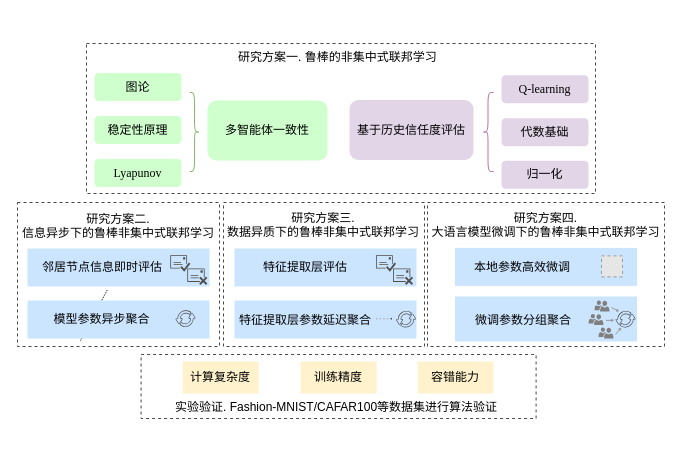
Above: messy/研究方案.drawio in Lumos598/drawio (draw.io), before the change. Source tidied: cells renumbered, new cells numbered last; positions are measured from the earlier drawing's top-left corner, leaving out a move shared by most shapes. Both pictures are drawn from the tidied source at 100%, with x=0, y=0 at pixel (17, 43). Pictures stored in the file or linked from it are replaced by grey dashed boxes.
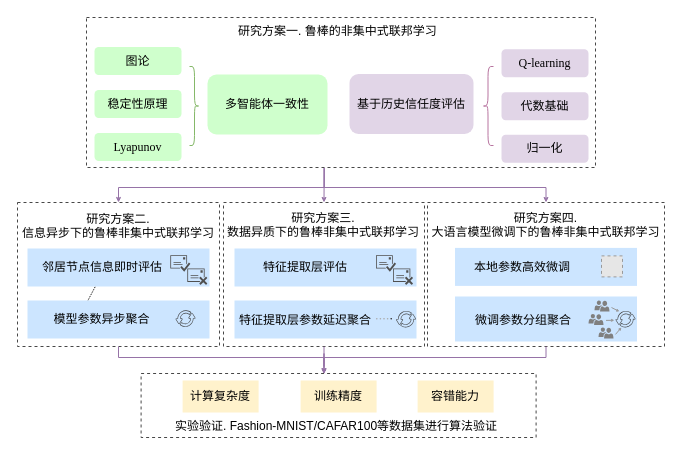
The same page after the edit.

Unchanged cells that the change refers to:
```xml
<mxCell id="2" style="rounded=0;whiteSpace=wrap;html=1;dashed=1;strokeColor=light-dark(#474747,#FFFFFF);" parent="1" vertex="1">
  <mxGeometry x="410" y="159" width="237" height="144" as="geometry" />
</mxCell>
<mxCell id="3" style="rounded=0;whiteSpace=wrap;html=1;dashed=1;strokeColor=light-dark(#474747,#FFFFFF);" parent="1" vertex="1">
  <mxGeometry x="206" y="159" width="201" height="144" as="geometry" />
</mxCell>
<mxCell id="5" style="rounded=0;whiteSpace=wrap;html=1;dashed=1;strokeColor=light-dark(#474747,#FFFFFF);" parent="1" vertex="1">
  <mxGeometry y="159" width="202" height="144" as="geometry" />
</mxCell>
```

Change to the diagram source:
```diff
@@
     <mxCell id="4" style="rounded=0;whiteSpace=wrap;html=1;dashed=1;strokeColor=light-dark(#474747,#FFFFFF);" parent="1" vertex="1">
-      <mxGeometry x="123.6" y="311" width="395" height="64" as="geometry" />
+      <mxGeometry x="123.6" y="330" width="395" height="64" as="geometry" />
     </mxCell>
@@
+    <mxCell id="53" style="rounded=0;jettySize=auto;html=1;entryX=0.5;entryY=0;entryDx=0;entryDy=0;exitX=0.467;exitY=1.003;exitDx=0;exitDy=0;fillColor=#A680B8;strokeColor=#9673A7;endSize=3;edgeStyle=orthogonalEdgeStyle;exitPerimeter=0;" parent="1" edge="1" source="6" target="5">
+      <mxGeometry relative="1" as="geometry" />
+    </mxCell>
+    <mxCell id="54" style="rounded=0;jettySize=auto;html=1;exitX=0.467;exitY=1.005;exitDx=0;exitDy=0;entryX=0.5;entryY=0;entryDx=0;entryDy=0;fillColor=#A680B8;strokeColor=#9673A7;endSize=3;edgeStyle=orthogonalEdgeStyle;exitPerimeter=0;" parent="1" edge="1" source="6" target="2">
+      <mxGeometry relative="1" as="geometry" />
+    </mxCell>
+    <mxCell id="55" style="edgeStyle=orthogonalEdgeStyle;rounded=0;jettySize=auto;html=1;entryX=0.5;entryY=0;entryDx=0;entryDy=0;strokeColor=#9673A7;exitX=0.467;exitY=1.002;exitDx=0;exitDy=0;exitPerimeter=0;targetPerimeterSpacing=0;endSize=3;" parent="1" edge="1" source="6" target="3">
+      <mxGeometry relative="1" as="geometry">
+        <Array as="points">
+          <mxPoint x="306" y="124" />
+        </Array>
+      </mxGeometry>
+    </mxCell>
     <mxCell id="6" style="rounded=0;whiteSpace=wrap;html=1;dashed=1;strokeColor=light-dark(#474747,#FFFFFF);" parent="1" vertex="1">
-      <mxGeometry x="69" width="509" height="150" as="geometry" />
+      <mxGeometry x="69" y="-26" width="509" height="150" as="geometry" />
     </mxCell>
     <mxCell id="7" value="多智能体一致性" style="rounded=1;whiteSpace=wrap;html=1;fillColor=light-dark(#CFFFCC,var(--ge-dark-color, #121212));strokeColor=none;" parent="1" vertex="1">
-      <mxGeometry x="190" y="57" width="120" height="60" as="geometry" />
+      <mxGeometry x="190" y="31" width="120" height="60" as="geometry" />
     </mxCell>
     <mxCell id="8" value="图论" style="rounded=1;whiteSpace=wrap;html=1;fillColor=light-dark(#CFFFCC,var(--ge-dark-color, #121212));strokeColor=none;fontFamily=Times New Roman;" parent="1" vertex="1">
-      <mxGeometry x="77" y="29.5" width="87" height="28" as="geometry" />
+      <mxGeometry x="77" y="3.5" width="87" height="28" as="geometry" />
     </mxCell>
     <mxCell id="9" value="稳定性原理" style="rounded=1;whiteSpace=wrap;html=1;fillColor=light-dark(#CFFFCC,var(--ge-dark-color, #121212));strokeColor=none;fontFamily=Times New Roman;" parent="1" vertex="1">
-      <mxGeometry x="77" y="72.5" width="87" height="28" as="geometry" />
+      <mxGeometry x="77" y="46.5" width="87" height="28" as="geometry" />
     </mxCell>
     <mxCell id="10" value="&lt;font face=&quot;Times New Roman&quot;&gt;Lyapunov&lt;/font&gt;" style="rounded=1;whiteSpace=wrap;html=1;fillColor=light-dark(#CFFFCC,var(--ge-dark-color, #121212));strokeColor=none;" parent="1" vertex="1">
-      <mxGeometry x="77" y="115.5" width="87" height="28" as="geometry" />
+      <mxGeometry x="77" y="89.5" width="87" height="28" as="geometry" />
     </mxCell>
     <mxCell id="11" style="shape=curlyBracket;whiteSpace=wrap;html=1;rounded=1;flipH=1;labelPosition=right;verticalLabelPosition=middle;align=left;verticalAlign=middle;strokeColor=light-dark(#85B869,#FFFFFF);fontStyle=0;" parent="1" vertex="1">
-      <mxGeometry x="172" y="49" width="10" height="79" as="geometry" />
+      <mxGeometry x="172" y="23" width="10" height="79" as="geometry" />
     </mxCell>
     <mxCell id="12" value="基于历史信任度评估" style="rounded=1;whiteSpace=wrap;html=1;fillColor=light-dark(#E1D5E7,var(--ge-dark-color, #121212));strokeColor=none;" parent="1" vertex="1">
-      <mxGeometry x="332" y="56.5" width="124" height="60" as="geometry" />
+      <mxGeometry x="332" y="30.5" width="124" height="60" as="geometry" />
     </mxCell>
     <mxCell id="13" style="shape=curlyBracket;whiteSpace=wrap;html=1;rounded=1;labelPosition=left;verticalLabelPosition=middle;align=right;verticalAlign=middle;strokeColor=light-dark(#B875A0,#FFFFFF);" parent="1" vertex="1">
-      <mxGeometry x="465" y="49" width="11" height="79" as="geometry" />
+      <mxGeometry x="465" y="23" width="11" height="79" as="geometry" />
     </mxCell>
     <mxCell id="14" value="Q-learning" style="rounded=1;whiteSpace=wrap;html=1;fillColor=#E1D5E7;strokeColor=none;fontFamily=Times New Roman;" parent="1" vertex="1">
-      <mxGeometry x="484" y="31.8" width="87" height="28" as="geometry" />
+      <mxGeometry x="484" y="5.8" width="87" height="28" as="geometry" />
     </mxCell>
     <mxCell id="15" value="&lt;font style=&quot;color: rgb(0, 0, 0);&quot;&gt;代数基础&lt;/font&gt;" style="rounded=1;whiteSpace=wrap;html=1;fillColor=#E1D5E7;strokeColor=none;fontFamily=Times New Roman;" parent="1" vertex="1">
-      <mxGeometry x="484" y="74.8" width="87" height="28" as="geometry" />
+      <mxGeometry x="484" y="48.8" width="87" height="28" as="geometry" />
     </mxCell>
     <mxCell id="16" value="归一化" style="rounded=1;whiteSpace=wrap;html=1;fillColor=#E1D5E7;strokeColor=none;fontFamily=Times New Roman;" parent="1" vertex="1">
-      <mxGeometry x="484" y="117.2" width="87" height="28" as="geometry" />
+      <mxGeometry x="484" y="91.2" width="87" height="28" as="geometry" />
     </mxCell>
     <mxCell id="17" value="研究方案一. 鲁棒的非集中式联邦学习" style="text;whiteSpace=wrap;" parent="1" vertex="1">
-      <mxGeometry x="219.3" width="203.5" height="25" as="geometry" />
+      <mxGeometry x="219.3" y="-26" width="203.5" height="25" as="geometry" />
     </mxCell>
     <mxCell id="18" style="endArrow=none;dashed=1;html=1;dashPattern=1 1;strokeWidth=1;rounded=0;entryX=0.5;entryY=1;entryDx=0;entryDy=0;exitX=0.5;exitY=0;exitDx=0;exitDy=0;endSize=1;startSize=1;jumpSize=1;" parent="1" edge="1">
       <mxGeometry relative="1" as="geometry">
-        <mxPoint x="63" y="297" as="sourcePoint" />
-        <mxPoint x="90" y="246" as="targetPoint" />
+        <mxPoint x="63" y="271" as="sourcePoint" />
+        <mxPoint x="90" y="220" as="targetPoint" />
       </mxGeometry>
     </mxCell>
@@
     <mxCell id="21" value="计算复杂度" style="rounded=0;whiteSpace=wrap;html=1;fillColor=#FFF2CC;strokeColor=none;" parent="1" vertex="1">
-      <mxGeometry x="165.1" y="318" width="76" height="32" as="geometry" />
+      <mxGeometry x="165.1" y="337" width="76" height="32" as="geometry" />
     </mxCell>
     <mxCell id="22" value="&lt;font style=&quot;color: rgb(0, 0, 0);&quot;&gt;容错能力&lt;/font&gt;" style="rounded=0;whiteSpace=wrap;html=1;fillColor=#FFF2CC;strokeColor=none;" parent="1" vertex="1">
-      <mxGeometry x="400.1" y="318" width="76" height="32" as="geometry" />
+      <mxGeometry x="400.1" y="337" width="76" height="32" as="geometry" />
     </mxCell>
     <mxCell id="23" value="训练精度" style="rounded=0;whiteSpace=wrap;html=1;fillColor=#FFF2CC;strokeColor=none;" parent="1" vertex="1">
-      <mxGeometry x="283.1" y="318" width="76" height="32" as="geometry" />
+      <mxGeometry x="283.1" y="337" width="76" height="32" as="geometry" />
     </mxCell>
     <mxCell id="24" value="实验验证. Fashion-MNIST/CAFAR100等数据集进行算法验证" style="text;whiteSpace=wrap;" parent="1" vertex="1">
-      <mxGeometry x="156.4" y="350" width="329.4" height="27" as="geometry" />
+      <mxGeometry x="156.4" y="369" width="329.4" height="27" as="geometry" />
     </mxCell>
@@
+    <mxCell id="56" style="edgeStyle=orthogonalEdgeStyle;rounded=0;jettySize=auto;html=1;entryX=0.463;entryY=0.004;entryDx=0;entryDy=0;entryPerimeter=0;strokeColor=#9673A7;endSize=3;" parent="1" edge="1" source="3" target="4">
+      <mxGeometry relative="1" as="geometry" />
+    </mxCell>
+    <mxCell id="57" style="edgeStyle=orthogonalEdgeStyle;rounded=0;jettySize=auto;html=1;entryX=0.463;entryY=0.004;entryDx=0;entryDy=0;entryPerimeter=0;strokeColor=#9673A7;endSize=3;" parent="1" edge="1" source="2" target="4">
+      <mxGeometry relative="1" as="geometry">
+        <Array as="points">
+          <mxPoint x="529" y="314" />
+          <mxPoint x="306" y="314" />
+        </Array>
+      </mxGeometry>
+    </mxCell>
+    <mxCell id="58" style="edgeStyle=orthogonalEdgeStyle;rounded=0;jettySize=auto;html=1;entryX=0.463;entryY=0.007;entryDx=0;entryDy=0;entryPerimeter=0;strokeColor=#9673A7;endSize=3;" parent="1" edge="1" source="5" target="4">
+      <mxGeometry relative="1" as="geometry">
+        <Array as="points">
+          <mxPoint x="101" y="314" />
+          <mxPoint x="306" y="314" />
+        </Array>
+      </mxGeometry>
+    </mxCell>
```
